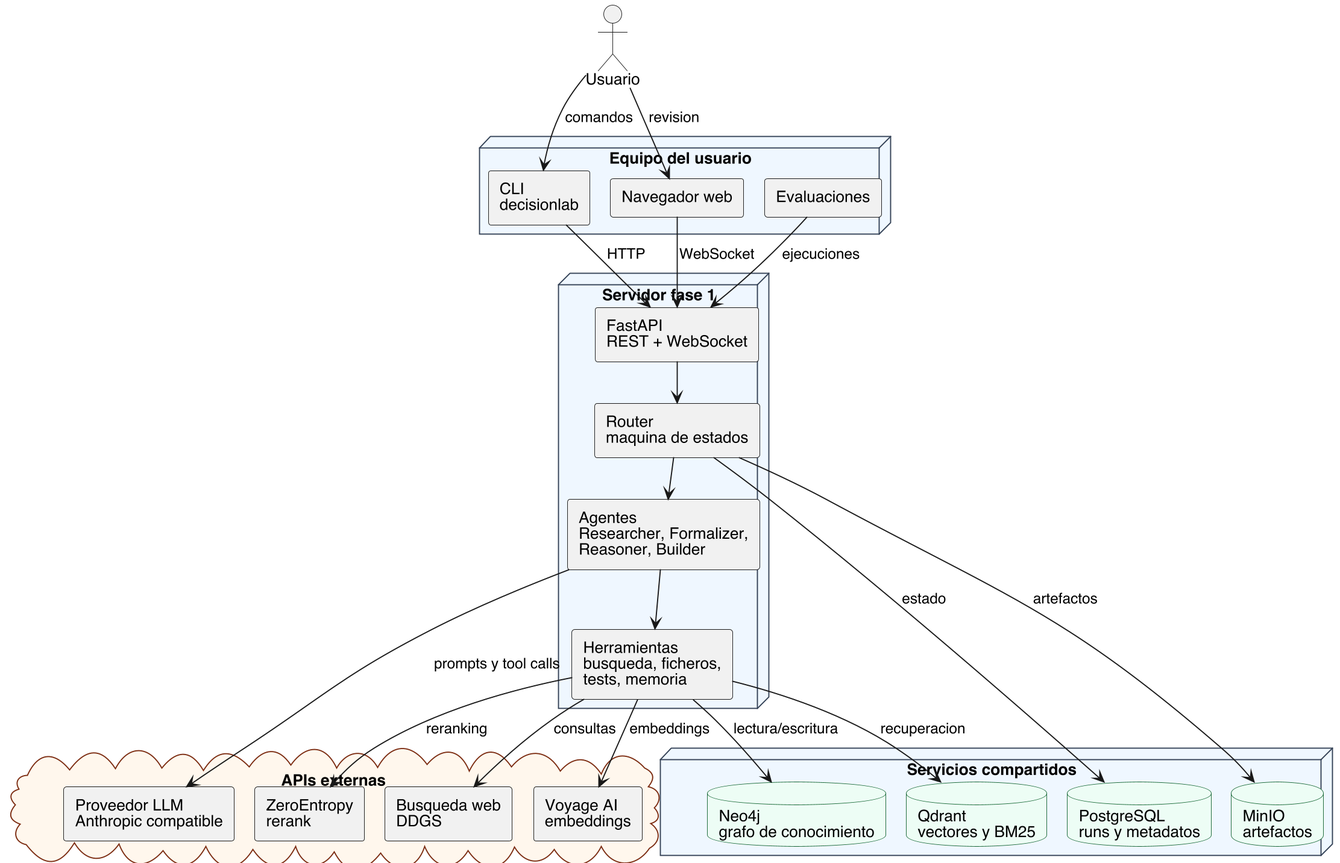
This is phase1-pablo/docs/tfg-memoria-latex/figuras/phase1-system-architecture.png from srfreire/labTFG, a PlantUML export, as it was before one commit. Source of this version:
```plantuml
@startuml
!pragma layout smetana
top to bottom direction
skinparam backgroundColor white
skinparam dpi 180
skinparam shadowing false
skinparam defaultFontName Helvetica
skinparam componentStyle rectangle
skinparam packageStyle rectangle
skinparam rectangle {
  BorderColor #334155
  BackgroundColor #F8FAFC
}
skinparam node {
  BorderColor #334155
  BackgroundColor #EFF6FF
}
skinparam database {
  BorderColor #166534
  BackgroundColor #ECFDF5
}
skinparam cloud {
  BorderColor #7C2D12
  BackgroundColor #FFF7ED
}

actor "Usuario" as User

node "Equipo del usuario" as Client {
  component "CLI\ndecisionlab" as CLI
  component "Navegador web" as Browser
  component "Evaluaciones" as Evals
}

node "Servidor fase 1" as Server {
  component "FastAPI\nREST + WebSocket" as API
  component "Router\nmaquina de estados" as Router
  component "Agentes\nResearcher, Formalizer,\nReasoner, Builder" as Agents
  component "Herramientas\nbusqueda, ficheros,\ntests, memoria" as Tools
}

node "Servicios compartidos" as Services {
  database "PostgreSQL\nruns y metadatos" as PG
  database "MinIO\nartefactos" as MinIO
  database "Neo4j\ngrafo de conocimiento" as Neo4j
  database "Qdrant\nvectores y BM25" as Qdrant
}

cloud "APIs externas" as External {
  component "Proveedor LLM\nAnthropic compatible" as LLM
  component "Busqueda web\nDDGS" as Search
  component "Voyage AI\nembeddings" as Voyage
  component "ZeroEntropy\nrerank" as ZE
}

User --> CLI : comandos
User --> Browser : revision
CLI --> API : HTTP
Browser --> API : WebSocket
Evals --> API : ejecuciones
API -down-> Router
Router -down-> Agents
Agents -down-> Tools
Router --> PG : estado
Router --> MinIO : artefactos
Agents --> LLM : prompts y tool calls
Tools --> Search : consultas
Tools --> Neo4j : lectura/escritura
Tools --> Qdrant : recuperacion
Tools --> Voyage : embeddings
Tools --> ZE : reranking
Services -[hidden]right- External
@enduml
```
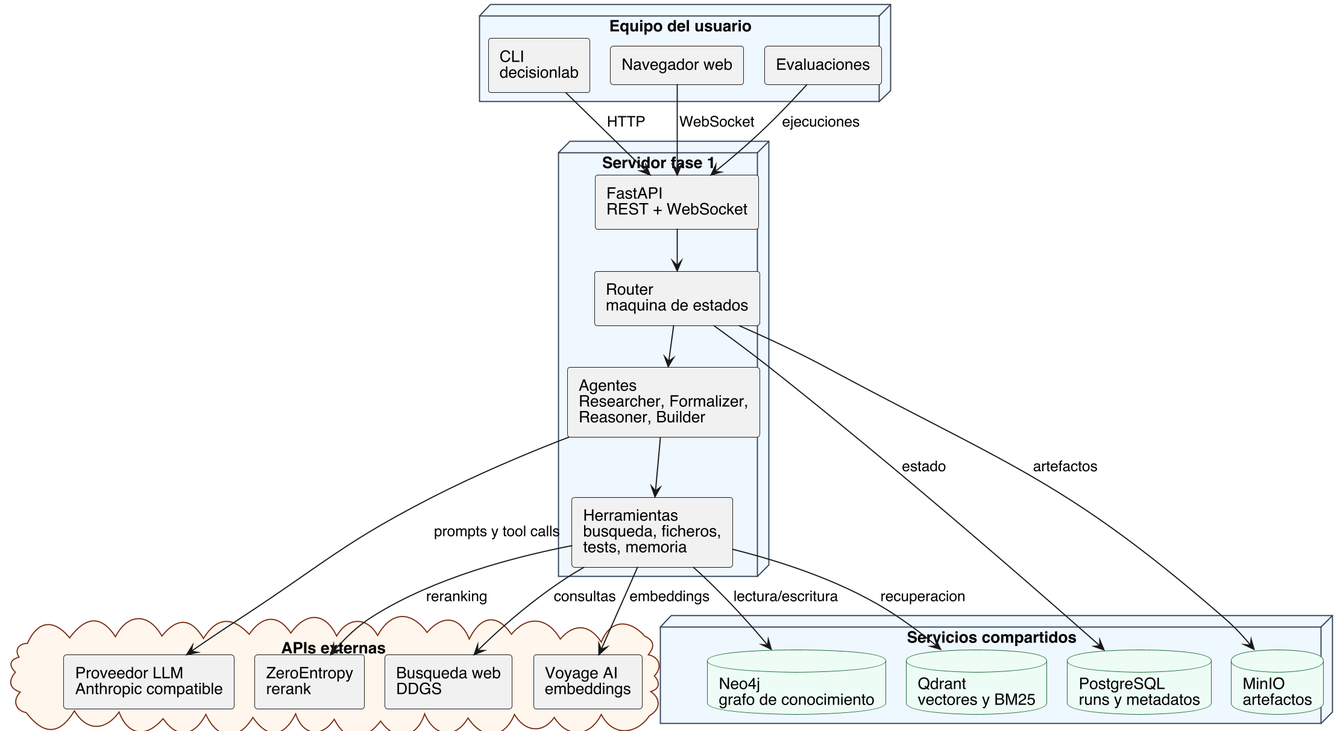
After the commit.

The edit, as a diff of the source:
```diff
@@ -23,8 +23,6 @@
   BorderColor #7C2D12
   BackgroundColor #FFF7ED
 }
-
-actor "Usuario" as User
 
 node "Equipo del usuario" as Client {
   component "CLI\ndecisionlab" as CLI
@@ -53,8 +51,6 @@
   component "ZeroEntropy\nrerank" as ZE
 }
 
-User --> CLI : comandos
-User --> Browser : revision
 CLI --> API : HTTP
 Browser --> API : WebSocket
 Evals --> API : ejecuciones
```
